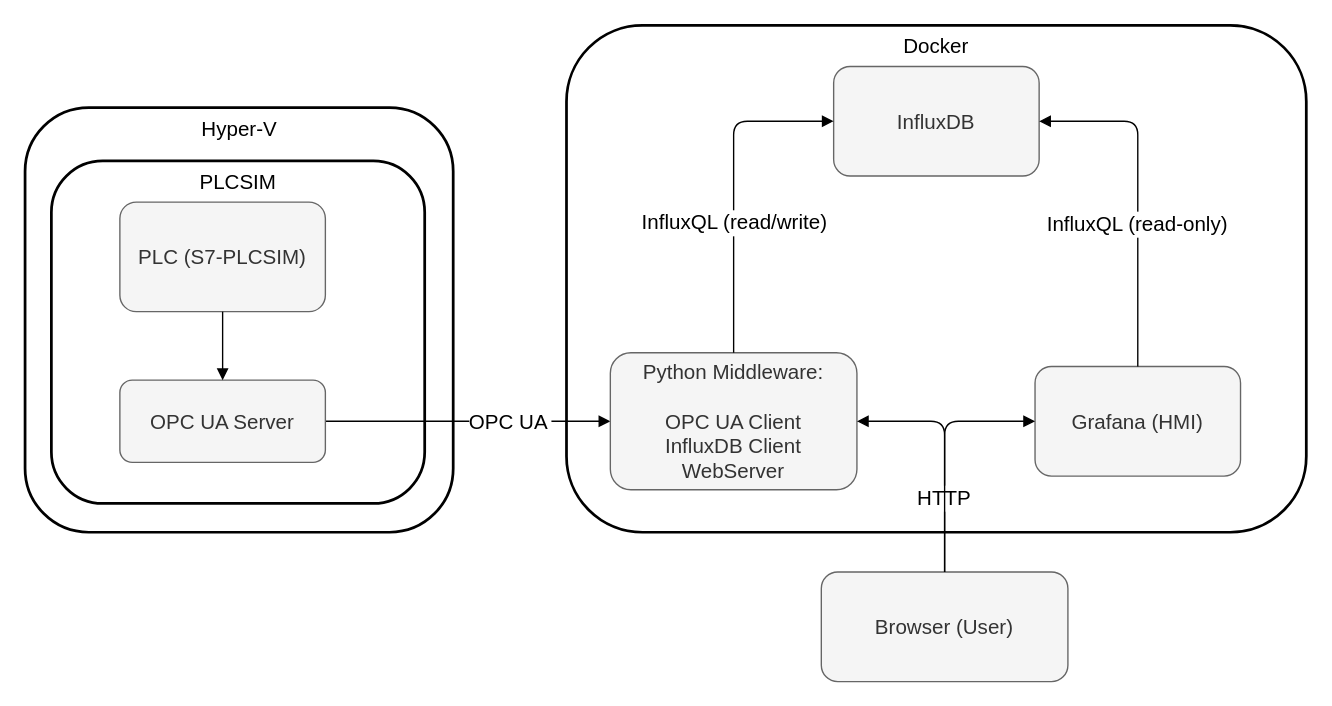
The draw.io diagram report/diagrams/architecture.drawio in bachmak/robbi-hmi, before the edit. Source tidied: cells renumbered, new cells numbered last; positions are measured from the earlier drawing's top-left corner, leaving out a move shared by most shapes. Both pictures are drawn from the tidied source at 137%, with x=0, y=0 at pixel (25, 25).
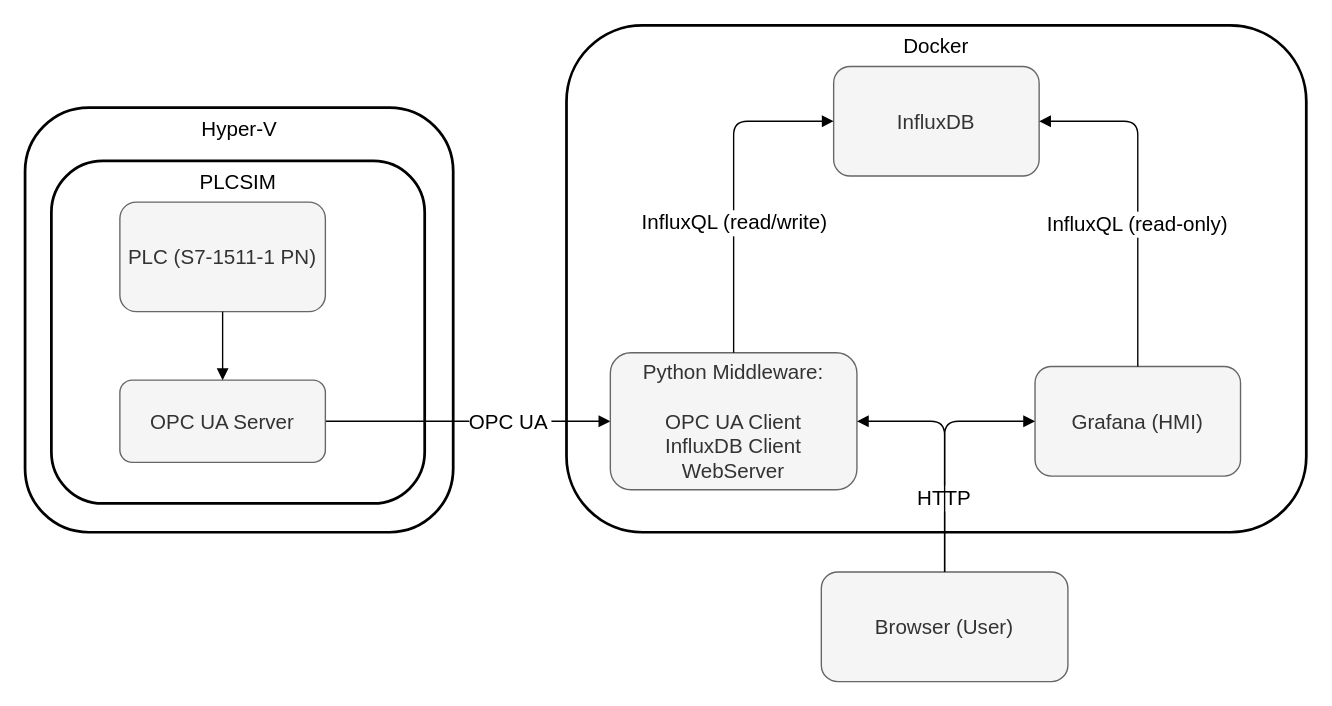
The same diagram, later.

Commit message (it also covers changes not shown here):
Report: amendments to introduction

What changed in the source:
```diff
@@
 <mxGraphModel>
   <root>
     <mxCell id="0" />
     <mxCell id="1" parent="0" />
     <mxCell id="2" value="Browser (User)" style="rounded=1;whiteSpace=wrap;html=1;fillColor=#f5f5f5;strokeColor=#666666;fontColor=#333333;fontSize=15;" parent="1" vertex="1">
       <mxGeometry x="581" y="399" width="180" height="80" as="geometry" />
     </mxCell>
     <mxCell id="3" value="Docker" style="rounded=1;whiteSpace=wrap;html=1;strokeWidth=2;align=center;verticalAlign=top;fillColor=none;fontSize=15;" parent="1" vertex="1">
       <mxGeometry x="395" width="540" height="370" as="geometry" />
     </mxCell>
     <mxCell id="4" value="OPC UA" style="endArrow=block;exitX=1;exitY=0.5;exitDx=0;exitDy=0;entryX=0;entryY=0.5;entryDx=0;entryDy=0;edgeStyle=orthogonalEdgeStyle;fontSize=15;" parent="1" edge="1" source="14" target="6">
       <mxGeometry x="0.29" relative="1" as="geometry">
         <Array as="points">
           <mxPoint x="277" y="289" />
           <mxPoint x="277" y="289" />
         </Array>
       </mxGeometry>
     </mxCell>
     <mxCell id="5" value="InfluxDB" style="rounded=1;whiteSpace=wrap;html=1;fillColor=#f5f5f5;strokeColor=#666666;fontColor=#333333;fontSize=15;" parent="1" vertex="1">
       <mxGeometry x="590" y="30" width="150" height="80" as="geometry" />
     </mxCell>
     <mxCell id="6" value="Python Middleware:&lt;div&gt;&lt;br&gt;&lt;div&gt;OPC UA Client&lt;/div&gt;&lt;div&gt;InfluxDB Client&lt;/div&gt;&lt;div&gt;WebServer&lt;/div&gt;&lt;/div&gt;" style="rounded=1;whiteSpace=wrap;html=1;fillColor=#f5f5f5;strokeColor=#666666;fontColor=#333333;fontSize=15;" parent="1" vertex="1">
       <mxGeometry x="427" y="239" width="180" height="100" as="geometry" />
     </mxCell>
     <mxCell id="7" value="Grafana (HMI)" style="rounded=1;whiteSpace=wrap;html=1;fillColor=#f5f5f5;strokeColor=#666666;fontColor=#333333;fontSize=15;" parent="1" vertex="1">
       <mxGeometry x="737" y="249" width="150" height="80" as="geometry" />
     </mxCell>
     <mxCell id="8" value="InfluxQL (read-only)" style="endArrow=block;exitX=0.5;exitY=0;exitDx=0;exitDy=0;edgeStyle=orthogonalEdgeStyle;entryX=1;entryY=0.5;entryDx=0;entryDy=0;fontSize=15;" parent="1" edge="1" source="7" target="5">
       <mxGeometry x="-0.16" relative="1" as="geometry" />
     </mxCell>
     <mxCell id="9" value="HTTP" style="endArrow=block;exitX=0.5;exitY=0;exitDx=0;exitDy=0;edgeStyle=orthogonalEdgeStyle;entryX=0;entryY=0.5;entryDx=0;entryDy=0;fontSize=15;" parent="1" edge="1" source="2" target="7">
       <mxGeometry x="-0.37" relative="1" as="geometry" />
     </mxCell>
     <mxCell id="10" style="endArrow=block;exitX=0.5;exitY=0;exitDx=0;exitDy=0;edgeStyle=orthogonalEdgeStyle;entryX=1;entryY=0.5;entryDx=0;entryDy=0;fontSize=15;" parent="1" edge="1" source="2" target="6">
       <mxGeometry relative="1" as="geometry" />
     </mxCell>
     <mxCell id="11" value="InfluxQL (read/write)" style="endArrow=block;exitX=0.5;exitY=0;exitDx=0;exitDy=0;edgeStyle=orthogonalEdgeStyle;entryX=0;entryY=0.5;entryDx=0;entryDy=0;fontSize=15;" parent="1" edge="1" source="6" target="5">
       <mxGeometry x="-0.21" y="-1" relative="1" as="geometry" />
     </mxCell>
     <mxCell id="12" style="group;fontSize=15;" parent="1" vertex="1">
       <mxGeometry x="19" y="69" width="400" height="310" as="geometry" />
     </mxCell>
     <mxCell id="13" value="PLCSIM" style="rounded=1;whiteSpace=wrap;html=1;strokeWidth=2;verticalAlign=top;fillColor=none;fontSize=15;" parent="12" vertex="1">
       <mxGeometry y="30" width="272.5" height="250" as="geometry" />
     </mxCell>
     <mxCell id="14" value="OPC UA Server" style="rounded=1;whiteSpace=wrap;html=1;fillColor=#f5f5f5;fontColor=#333333;strokeColor=#666666;fontSize=15;" parent="13" vertex="1">
       <mxGeometry x="50" y="160" width="150" height="60" as="geometry" />
     </mxCell>
-    <mxCell id="15" value="PLC (S7-PLCSIM)" style="rounded=1;whiteSpace=wrap;html=1;fillColor=#f5f5f5;fontColor=#333333;strokeColor=#666666;fontSize=15;" parent="13" vertex="1">
+    <mxCell id="15" value="PLC (S7-1511-1 PN)" style="rounded=1;whiteSpace=wrap;html=1;fillColor=#f5f5f5;fontColor=#333333;strokeColor=#666666;fontSize=15;" parent="13" vertex="1">
       <mxGeometry x="50" y="30" width="150" height="80" as="geometry" />
     </mxCell>
     <mxCell id="16" style="endArrow=block;edgeStyle=orthogonalEdgeStyle;exitX=0.5;exitY=1;exitDx=0;exitDy=0;entryX=0.5;entryY=0;entryDx=0;entryDy=0;fontSize=15;" parent="13" edge="1" source="15" target="14">
       <mxGeometry relative="1" as="geometry" />
     </mxCell>
     <mxCell id="17" value="Hyper-V" style="rounded=1;whiteSpace=wrap;html=1;strokeWidth=2;verticalAlign=top;fillColor=none;fontSize=15;" parent="12" vertex="1">
       <mxGeometry x="-19.2" y="-9" width="312.5" height="310" as="geometry" />
     </mxCell>
   </root>
 </mxGraphModel>
```
